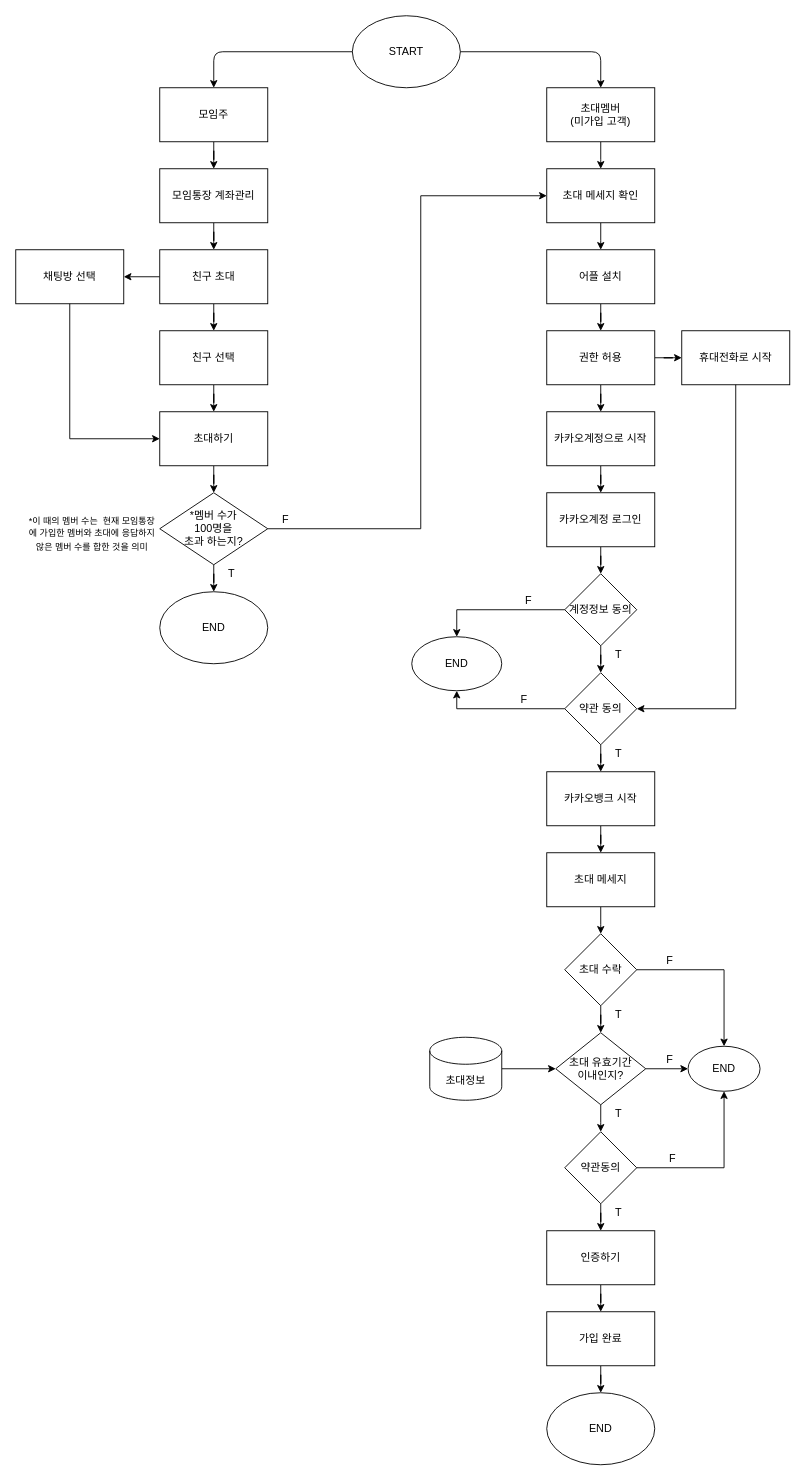
This is Untitled Diagram_3.drawio from h22j2n/BeakJoon, a draw.io file, before an edit. Source tidied: cells renumbered, new cells numbered last; positions are measured from the earlier drawing's top-left corner, leaving out a move shared by most shapes. Both pictures are drawn from the tidied source at 90%, with x=0, y=0 at pixel (15, 15).
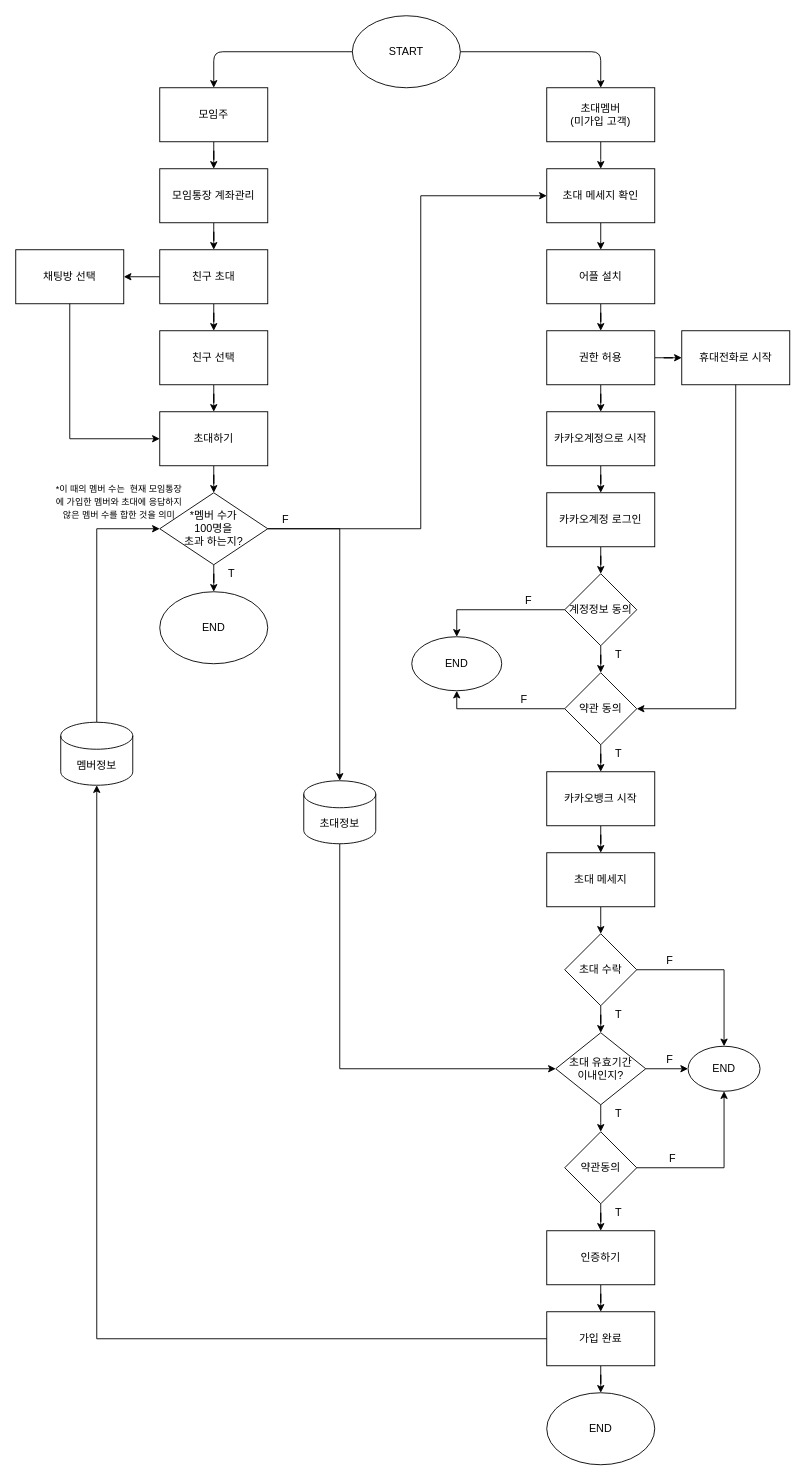
After the change.

Unchanged cells that the change refers to:
```xml
<mxCell id="24" value="*멤버 수가&lt;br&gt;100명을&lt;br&gt;초과 하는지?" style="rhombus;whiteSpace=wrap;html=1;rounded=0;" parent="1" vertex="1">
  <mxGeometry x="160" y="530" width="120" height="80" as="geometry" />
</mxCell>
<mxCell id="58" value="초대&amp;nbsp;유효기간&lt;br&gt;이내인지?" style="rhombus;whiteSpace=wrap;html=1;" parent="1" vertex="1">
  <mxGeometry x="600" y="1130" width="100" height="80" as="geometry" />
</mxCell>
<mxCell id="70" value="가입 완료" style="whiteSpace=wrap;html=1;" parent="1" vertex="1">
  <mxGeometry x="590" y="1440" width="120" height="60" as="geometry" />
</mxCell>
```

The edit, as a diff of the source:
```diff
@@
     <mxCell id="28" value="&lt;font style=&quot;font-size: 10px&quot;&gt;*이 때의 멤버 수는 &amp;nbsp;현재 모임통장에 가입한 멤버와 초대에 응답하지 않은 멤버 수를 합한 것을 의미&lt;/font&gt;" style="text;html=1;strokeColor=none;fillColor=none;align=center;verticalAlign=middle;whiteSpace=wrap;rounded=0;" parent="1" vertex="1">
-      <mxGeometry x="10" y="565" width="150" height="20" as="geometry" />
+      <mxGeometry x="40" y="530" width="150" height="20" as="geometry" />
     </mxCell>
@@
-    <mxCell id="74" style="edgeStyle=orthogonalEdgeStyle;rounded=0;jettySize=auto;html=1;" parent="1" edge="1" source="75" target="58">
-      <mxGeometry relative="1" as="geometry" />
+    <mxCell id="74" style="edgeStyle=orthogonalEdgeStyle;rounded=0;jettySize=auto;html=1;exitX=0.5;exitY=1;exitDx=0;exitDy=0;exitPerimeter=0;" parent="1" edge="1" source="75" target="58">
+      <mxGeometry relative="1" as="geometry">
+        <Array as="points">
+          <mxPoint x="360" y="1170" />
+        </Array>
+      </mxGeometry>
     </mxCell>
     <mxCell id="75" value="초대정보" style="shape=cylinder3;whiteSpace=wrap;html=1;boundedLbl=1;backgroundOutline=1;size=15;" parent="1" vertex="1">
-      <mxGeometry x="460" y="1135" width="80" height="70" as="geometry" />
+      <mxGeometry x="320" y="850" width="80" height="70" as="geometry" />
     </mxCell>
@@
+    <mxCell id="78" style="edgeStyle=orthogonalEdgeStyle;rounded=0;jettySize=auto;html=1;entryX=0.5;entryY=1;entryDx=0;entryDy=0;entryPerimeter=0;exitX=0;exitY=0.5;exitDx=0;exitDy=0;" parent="1" edge="1" source="70" target="79">
+      <mxGeometry relative="1" as="geometry" />
+    </mxCell>
+    <mxCell id="79" value="멤버정보" style="shape=cylinder3;whiteSpace=wrap;html=1;boundedLbl=1;backgroundOutline=1;size=15;" parent="1" vertex="1">
+      <mxGeometry x="50" y="785" width="80" height="70" as="geometry" />
+    </mxCell>
+    <mxCell id="80" style="endArrow=classic;html=1;exitX=0.5;exitY=0;exitDx=0;exitDy=0;exitPerimeter=0;entryX=0;entryY=0.5;entryDx=0;entryDy=0;rounded=0;" parent="1" edge="1" source="79">
+      <mxGeometry relative="1" as="geometry">
+        <mxPoint x="160" y="570" as="targetPoint" />
+        <Array as="points">
+          <mxPoint x="90" y="570" />
+        </Array>
+      </mxGeometry>
+    </mxCell>
+    <mxCell id="81" style="endArrow=classic;html=1;exitX=1;exitY=0.5;exitDx=0;exitDy=0;entryX=0.5;entryY=0;entryDx=0;entryDy=0;entryPerimeter=0;rounded=0;" parent="1" edge="1" source="24" target="75">
+      <mxGeometry relative="1" as="geometry">
+        <Array as="points">
+          <mxPoint x="360" y="570" />
+        </Array>
+      </mxGeometry>
+    </mxCell>
```
